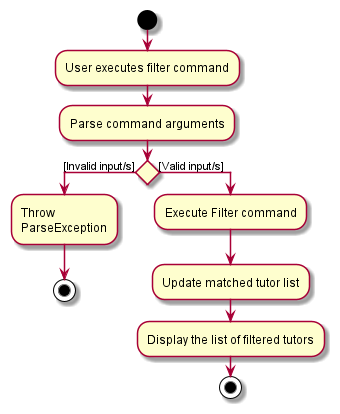
Before: docs/images/FilterCommandActivityDiagram.png, a diagram exported from PlantUML (tenebrius1/tp). Source of this version:
```plantuml
@startuml
start
:User executes filter command;
:Parse command arguments;

if () then ([Invalid input/s])
    :Throw \nParseException;
    stop
else ([Valid input/s])
    :Execute Filter command;
    :Update matched tutor list;
    :Display the list of filtered tutors;
stop
@enduml
```
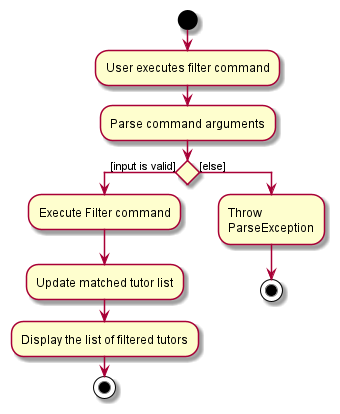
Later version of the same file.

Commit message:
Edit FilterCommandActivityDiagram to conform with the standard notation

What changed in the source:
```diff
@@ -3,12 +3,12 @@
 :User executes filter command;
 :Parse command arguments;
 
-if () then ([Invalid input/s])
-    :Throw \nParseException;
-    stop
-else ([Valid input/s])
+if () then ([input is valid])
     :Execute Filter command;
     :Update matched tutor list;
     :Display the list of filtered tutors;
+    stop
+else ([else])
+    :Throw \nParseException;
 stop
 @enduml
```
